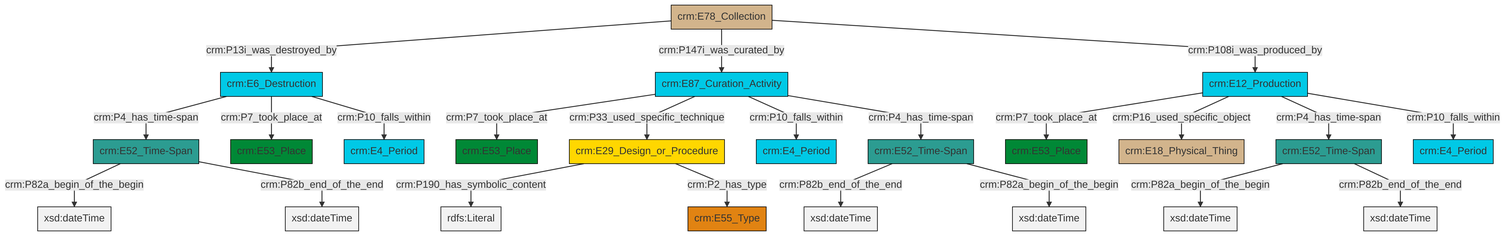
Earlier version of the Mermaid export et/archivalCSV/ttl/mmd/png/archival_existence.png (swiss-art-research-net/docs.swissartresearch). Its source is kept beside it as et/archivalCSV/ttl/mmd/archival_existence.ttl.mmd.
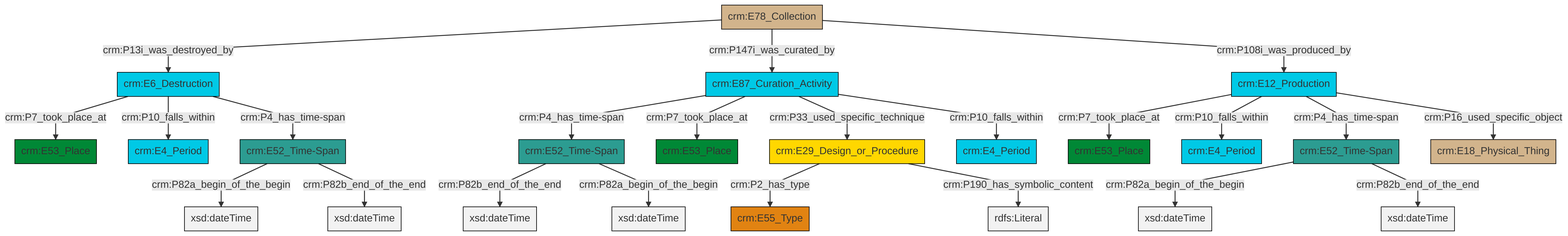
Above is the later version.

The edit, as a diff of the source:
```diff
@@ -13,25 +13,25 @@
 classDef PC_Classes fill:#4ce600, stroke:#000000;
 classDef Multi fill:#cccccc,stroke:#000000;
 
-0["crm:E29_Design_or_Procedure"]:::Conceptual_Object -->|crm:P190_has_symbolic_content| 1[rdfs:Literal]:::Literal
-2["crm:E12_Production"]:::Temporal_Entity -->|crm:P7_took_place_at| 4["crm:E53_Place"]:::Place
-9["crm:E52_Time-Span"]:::Time-Span -->|crm:P82a_begin_of_the_begin| 10[xsd:dateTime]:::Literal
-2["crm:E12_Production"]:::Temporal_Entity -->|crm:P16_used_specific_object| 11["crm:E18_Physical_Thing"]:::Physical_Thing
-12["crm:E87_Curation_Activity"]:::Temporal_Entity -->|crm:P7_took_place_at| 13["crm:E53_Place"]:::Place
-12["crm:E87_Curation_Activity"]:::Temporal_Entity -->|crm:P33_used_specific_technique| 0["crm:E29_Design_or_Procedure"]:::Conceptual_Object
-2["crm:E12_Production"]:::Temporal_Entity -->|crm:P4_has_time-span| 9["crm:E52_Time-Span"]:::Time-Span
-14["crm:E52_Time-Span"]:::Time-Span -->|crm:P82a_begin_of_the_begin| 15[xsd:dateTime]:::Literal
-7["crm:E6_Destruction"]:::Temporal_Entity -->|crm:P4_has_time-span| 14["crm:E52_Time-Span"]:::Time-Span
-12["crm:E87_Curation_Activity"]:::Temporal_Entity -->|crm:P10_falls_within| 18["crm:E4_Period"]:::Temporal_Entity
-14["crm:E52_Time-Span"]:::Time-Span -->|crm:P82b_end_of_the_end| 19[xsd:dateTime]:::Literal
-12["crm:E87_Curation_Activity"]:::Temporal_Entity -->|crm:P4_has_time-span| 24["crm:E52_Time-Span"]:::Time-Span
-7["crm:E6_Destruction"]:::Temporal_Entity -->|crm:P7_took_place_at| 29["crm:E53_Place"]:::Place
-9["crm:E52_Time-Span"]:::Time-Span -->|crm:P82b_end_of_the_end| 31[xsd:dateTime]:::Literal
-2["crm:E12_Production"]:::Temporal_Entity -->|crm:P10_falls_within| 5["crm:E4_Period"]:::Temporal_Entity
-24["crm:E52_Time-Span"]:::Time-Span -->|crm:P82b_end_of_the_end| 33[xsd:dateTime]:::Literal
-24["crm:E52_Time-Span"]:::Time-Span -->|crm:P82a_begin_of_the_begin| 34[xsd:dateTime]:::Literal
-7["crm:E6_Destruction"]:::Temporal_Entity -->|crm:P10_falls_within| 20["crm:E4_Period"]:::Temporal_Entity
-0["crm:E29_Design_or_Procedure"]:::Conceptual_Object -->|crm:P2_has_type| 26["crm:E55_Type"]:::Type
-16["crm:E78_Collection"]:::Physical_Thing -->|crm:P13i_was_destroyed_by| 7["crm:E6_Destruction"]:::Temporal_Entity
-16["crm:E78_Collection"]:::Physical_Thing -->|crm:P147i_was_curated_by| 12["crm:E87_Curation_Activity"]:::Temporal_Entity
-16["crm:E78_Collection"]:::Physical_Thing -->|crm:P108i_was_produced_by| 2["crm:E12_Production"]:::Temporal_Entity
+0["crm:E87_Curation_Activity"]:::Temporal_Entity -->|crm:P4_has_time-span| 4["crm:E52_Time-Span"]:::Time-Span
+7["crm:E12_Production"]:::Temporal_Entity -->|crm:P7_took_place_at| 8["crm:E53_Place"]:::Place
+12["crm:E6_Destruction"]:::Temporal_Entity -->|crm:P7_took_place_at| 13["crm:E53_Place"]:::Place
+14["crm:E29_Design_or_Procedure"]:::Conceptual_Object -->|crm:P2_has_type| 15["crm:E55_Type"]:::Type
+0["crm:E87_Curation_Activity"]:::Temporal_Entity -->|crm:P7_took_place_at| 16["crm:E53_Place"]:::Place
+17["crm:E78_Collection"]:::Physical_Thing -->|crm:P13i_was_destroyed_by| 12["crm:E6_Destruction"]:::Temporal_Entity
+19["crm:E52_Time-Span"]:::Time-Span -->|crm:P82a_begin_of_the_begin| 20[xsd:dateTime]:::Literal
+4["crm:E52_Time-Span"]:::Time-Span -->|crm:P82b_end_of_the_end| 22[xsd:dateTime]:::Literal
+12["crm:E6_Destruction"]:::Temporal_Entity -->|crm:P10_falls_within| 24["crm:E4_Period"]:::Temporal_Entity
+19["crm:E52_Time-Span"]:::Time-Span -->|crm:P82b_end_of_the_end| 25[xsd:dateTime]:::Literal
+7["crm:E12_Production"]:::Temporal_Entity -->|crm:P10_falls_within| 2["crm:E4_Period"]:::Temporal_Entity
+4["crm:E52_Time-Span"]:::Time-Span -->|crm:P82a_begin_of_the_begin| 29[xsd:dateTime]:::Literal
+0["crm:E87_Curation_Activity"]:::Temporal_Entity -->|crm:P33_used_specific_technique| 14["crm:E29_Design_or_Procedure"]:::Conceptual_Object
+17["crm:E78_Collection"]:::Physical_Thing -->|crm:P147i_was_curated_by| 0["crm:E87_Curation_Activity"]:::Temporal_Entity
+14["crm:E29_Design_or_Procedure"]:::Conceptual_Object -->|crm:P190_has_symbolic_content| 31[rdfs:Literal]:::Literal
+0["crm:E87_Curation_Activity"]:::Temporal_Entity -->|crm:P10_falls_within| 26["crm:E4_Period"]:::Temporal_Entity
+17["crm:E78_Collection"]:::Physical_Thing -->|crm:P108i_was_produced_by| 7["crm:E12_Production"]:::Temporal_Entity
+10["crm:E52_Time-Span"]:::Time-Span -->|crm:P82a_begin_of_the_begin| 36[xsd:dateTime]:::Literal
+7["crm:E12_Production"]:::Temporal_Entity -->|crm:P4_has_time-span| 10["crm:E52_Time-Span"]:::Time-Span
+10["crm:E52_Time-Span"]:::Time-Span -->|crm:P82b_end_of_the_end| 37[xsd:dateTime]:::Literal
+7["crm:E12_Production"]:::Temporal_Entity -->|crm:P16_used_specific_object| 5["crm:E18_Physical_Thing"]:::Physical_Thing
+12["crm:E6_Destruction"]:::Temporal_Entity -->|crm:P4_has_time-span| 19["crm:E52_Time-Span"]:::Time-Span
```
